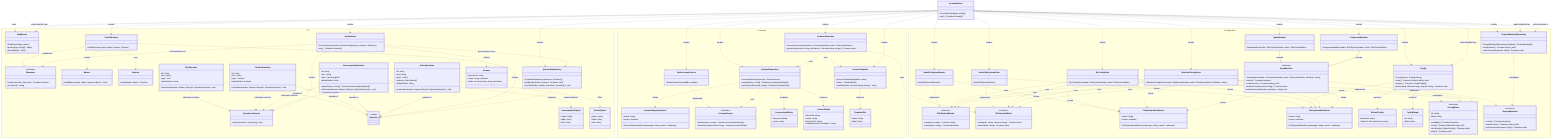
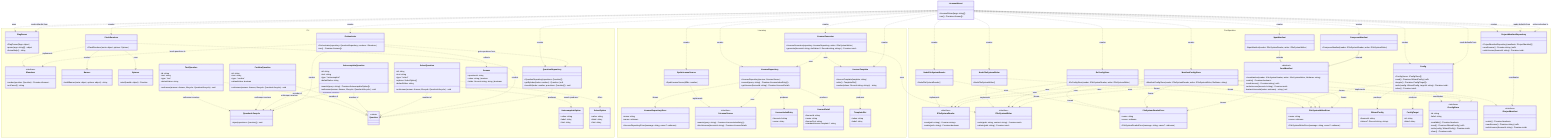
classDiagram
  direction TB

  class LicenseWizard {
    +LicenseWizard(args: string[])
    +run() Promise~Answer[]~
  }

  namespace CLI {
    class FlagParser {
      +FlagParser(flags: object)
      +parse(args: string[]) object
      +formatHelp() string
    }

    class Orchestrator {
      +Orchestrator(repository: QuestionRepository, renderer: IRenderer)
      +run() Promise~Answer[]~
    }

    class IRenderer {
      <<interface>>
      +render(question: Question) Promise~Answer~
      +onCancel() string
    }

    class ClackRenderer {
      +ClackRenderer(meta: object, spinner: Spinner)
    }

    class Banner {
      +buildBanner(meta: object, options: object) string
    }

    class Spinner {
      +start(handle: object) Function
    }

    class QuestionRepository {
      +QuestionRepository(questions: Question[])
      +getByIndex(index: number) Question | null
      +insertAt(index: number, questions: Question[]) void
    }

    class QuestionLifecycle {
      +inject(questions: Question[]) void
    }

    class Question {
      <<union>>
    }

    class TextQuestion {
      +id: string
      +text: string
      +type: "text"
      +defaultValue: string
      +onAnswer(answer: Answer, lifecycle: QuestionLifecycle) void
    }

    class ConfirmQuestion {
      +id: string
      +text: string
      +type: "confirm"
      +defaultValue: boolean
      +onAnswer(answer: Answer, lifecycle: QuestionLifecycle) void
    }

    class AutocompleteQuestion {
      +id: string
      +text: string
      +type: "autocomplete"
      +defaultValue: string
      +search(query: string) Promise~AutocompleteOption[]~
      +onAnswer(answer: Answer, lifecycle: QuestionLifecycle) void
    }

    class AutocompleteOption {
      +value: string
      +label: string
      +hint: string
    }

    class SelectQuestion {
      +id: string
      +text: string
      +type: "select"
      +options: SelectOption[]
      +defaultValue: string
      +onAnswer(answer: Answer, lifecycle: QuestionLifecycle) void
    }

    class SelectOption {
      +value: string
      +label: string
      +hint: string
    }

    class Answer {
      +questionId: string
      +value: string | boolean
      +fields: Record~string, string | boolean~
    }
  }

  namespace Licensing {
    class LicenseRepository {
      +LicenseRepository(source: ILicenseSource)
      +search(query: string) Promise~LicenseIndexEntry[]~
      +getLicense(licenseId: string) Promise~LicenseDetail~
    }

    class LicenseRepositoryError {
      +name: string
      +cause: unknown
      +LicenseRepositoryError(message: string, cause?: unknown)
    }

    class ILicenseSource {
      <<interface>>
      +search(query: string) Promise~LicenseIndexEntry[]~
      +fetchLicense(licenseId: string) Promise~LicenseDetail~
    }

    class SpdxLicenseSource {
      +SpdxLicenseSource(ttlMs: number)
    }

    class LicenseIndexEntry {
      +licenseId: string
      +name: string
    }

    class LicenseDetail {
      +licenseId: string
      +name: string
      +licenseText: string
      +standardLicenseTemplate?: string
    }

    class LicenseTemplate {
      +LicenseTemplate(template: string)
      +slots() TemplateSlot[]
      +render(values: Record~string, string~) string
    }

    class TemplateSlot {
      +token: string
      +label: string
    }

    class LicenseGenerator {
      +LicenseGenerator(repository: LicenseRepository, writer: IFileSystemWriter)
      +generate(licenseId: string, slotValues?: Record~string, string~) Promise~void~
    }
  }

  namespace Configuration {
    class IFileSystemReader {
      <<interface>>
      +read(path: string) Promise~string~
      +exists(path: string) Promise~boolean~
    }

    class IFileSystemWriter {
      <<interface>>
      +write(path: string, content: string) Promise~void~
      +delete(path: string) Promise~void~
    }

    class NodeFileSystemReader {
      +NodeFileSystemReader()
    }

    class NodeFileSystemWriter {
      +NodeFileSystemWriter()
    }

    class FileSystemReaderError {
      +name: string
      +cause: unknown
      +FileSystemReaderError(message: string, cause?: unknown)
    }

    class FileSystemWriterError {
      +name: string
      +cause: unknown
      +FileSystemWriterError(message: string, cause?: unknown)
    }

    class WizardConfig {
      +licenseId: string
      +tokens?: Record~string, string~
    }

    class ConfigTarget {
      +id: string
      +label: string
    }

    class IConfigStore {
      <<interface>>
      +id: string
      +label: string
      +available() Promise~boolean~
      +read() Promise~WizardConfig | null~
      +write(config: WizardConfig) Promise~void~
      +clear() Promise~void~
    }

    class RcConfigStore {
      +RcConfigStore(reader: IFileSystemReader, writer: IFileSystemWriter)
    }

    class ManifestConfigStore {
      +ManifestConfigStore(reader: IFileSystemReader, writer: IFileSystemWriter, fileName: string)
    }

    class Config {
      +Config(stores: IConfigStore[])
      +read() Promise~WizardConfig | null~
      +targets() Promise~ConfigTarget[]~
      +write(config: WizardConfig, targetId: string) Promise~void~
+       +clear() Promise~void~
    }

    class IProjectManifest {
      <<interface>>
      +exists() Promise~boolean~
      +readLicense() Promise~string | null~
      +writeLicense(licenseId: string) Promise~void~
    }

    class JsonManifest {
      <<abstract>>
      +JsonManifest(reader: IFileSystemReader, writer: IFileSystemWriter, fileName: string)
      +exists() Promise~boolean~
      +readLicense() Promise~string | null~
      +writeLicense(licenseId: string) Promise~void~
      #extractLicenseId(value: unknown)* string | null
    }

    class NpmManifest {
      +NpmManifest(reader: IFileSystemReader, writer: IFileSystemWriter)
    }

    class ComposerManifest {
      +ComposerManifest(reader: IFileSystemReader, writer: IFileSystemWriter)
    }

    class ProjectManifestRepository {
      +ProjectManifestRepository(manifests: IProjectManifest[])
      +readLicense() Promise~string | null~
      +writeLicense(licenseId: string) Promise~void~
    }
  }

  TextQuestion ..|> Question : member of
  ConfirmQuestion ..|> Question : member of
  AutocompleteQuestion ..|> Question : member of
  SelectQuestion ..|> Question : member of
  TextQuestion ..> QuestionLifecycle : onAnswer receives
  ConfirmQuestion ..> QuestionLifecycle : onAnswer receives
  AutocompleteQuestion ..> QuestionLifecycle : onAnswer receives
  SelectQuestion ..> QuestionLifecycle : onAnswer receives
  SelectQuestion ..> SelectOption : offers
  Orchestrator ..> QuestionLifecycle : creates
  ClackRenderer ..|> IRenderer : implements
  ClackRenderer ..> Spinner : uses
  ClackRenderer ..> Banner : renders
  LicenseWizard ..> FlagParser : uses
  LicenseWizard ..> FlagParser : reads defaults from
  LicenseWizard ..> QuestionRepository : creates
  LicenseWizard ..> ClackRenderer : creates
  LicenseWizard ..> Orchestrator : creates
  LicenseWizard ..> SpdxLicenseSource : creates
  LicenseWizard ..> LicenseRepository : creates
  LicenseWizard ..> LicenseGenerator : creates
  Orchestrator ..> QuestionRepository : gets questions from
  Orchestrator ..> IRenderer : feeds questions to
  ClackRenderer ..> Question : renders
  QuestionRepository ..> Question : produces
  AutocompleteQuestion ..> AutocompleteOption : search produces
  Orchestrator ..> Answer : collects
  SpdxLicenseSource ..|> ILicenseSource : implements
  LicenseRepository ..> ILicenseSource : uses
  LicenseRepository ..> LicenseIndexEntry : produces
  LicenseRepository ..> LicenseDetail : produces
  LicenseRepository ..> LicenseRepositoryError : throws
  LicenseGenerator ..> LicenseRepository : uses
  LicenseGenerator ..> IFileSystemWriter : uses
  LicenseGenerator ..> LicenseTemplate : uses
  LicenseTemplate ..> TemplateSlot : produces
  LicenseWizard ..> LicenseTemplate : creates
  NodeFileSystemReader ..|> IFileSystemReader : implements
  NodeFileSystemWriter ..|> IFileSystemWriter : implements
  NodeFileSystemReader ..> FileSystemReaderError : throws
  NodeFileSystemWriter ..> FileSystemWriterError : throws
  Config ..> IConfigStore : coordinates
  Config ..> WizardConfig : produces
  Config ..> ConfigTarget : produces
  Config ..> FileSystemWriterError : throws
  RcConfigStore ..|> IConfigStore : implements
  ManifestConfigStore ..|> IConfigStore : implements
  RcConfigStore ..> IFileSystemReader : uses
  RcConfigStore ..> IFileSystemWriter : uses
  RcConfigStore ..> FileSystemReaderError : throws
  RcConfigStore ..> FileSystemWriterError : throws
  ManifestConfigStore ..> IFileSystemReader : uses
  ManifestConfigStore ..> IFileSystemWriter : uses
  ManifestConfigStore ..> FileSystemReaderError : throws
  ManifestConfigStore ..> FileSystemWriterError : throws
  JsonManifest ..|> IProjectManifest : implements
  NpmManifest --|> JsonManifest : extends
  ComposerManifest --|> JsonManifest : extends
  JsonManifest ..> IFileSystemReader : uses
  JsonManifest ..> IFileSystemWriter : uses
  JsonManifest ..> FileSystemReaderError : throws
  JsonManifest ..> FileSystemWriterError : throws
  ProjectManifestRepository ..> IProjectManifest : coordinates
  LicenseWizard ..> NodeFileSystemReader : creates
  LicenseWizard ..> NodeFileSystemWriter : creates
  LicenseWizard ..> Config : creates
  LicenseWizard ..> Config : reads defaults from
  LicenseWizard ..> RcConfigStore : creates
  LicenseWizard ..> ManifestConfigStore : creates
  LicenseWizard ..> NpmManifest : creates
  LicenseWizard ..> ComposerManifest : creates
  LicenseWizard ..> ProjectManifestRepository : creates
  LicenseWizard ..> ProjectManifestRepository : reads defaults from
  LicenseWizard ..> ProjectManifestRepository : writes selection to
